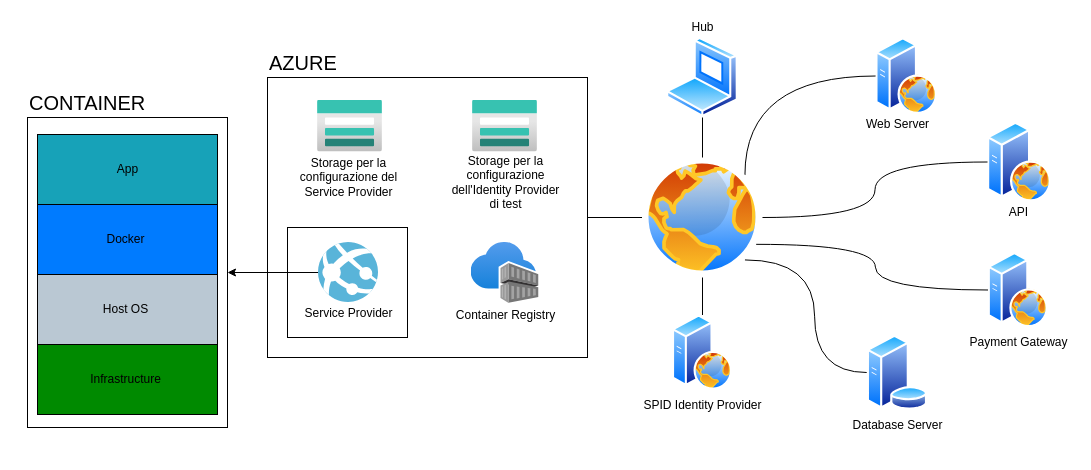
Above: network.drawio in alex-sandri/esame-di-stato-2021 (draw.io), before the change. Source tidied: cells renumbered, new cells numbered last; positions are measured from the earlier drawing's top-left corner, leaving out a move shared by most shapes. Both pictures are drawn from the tidied source at 100%, with x=0, y=0 at pixel (27, 17).
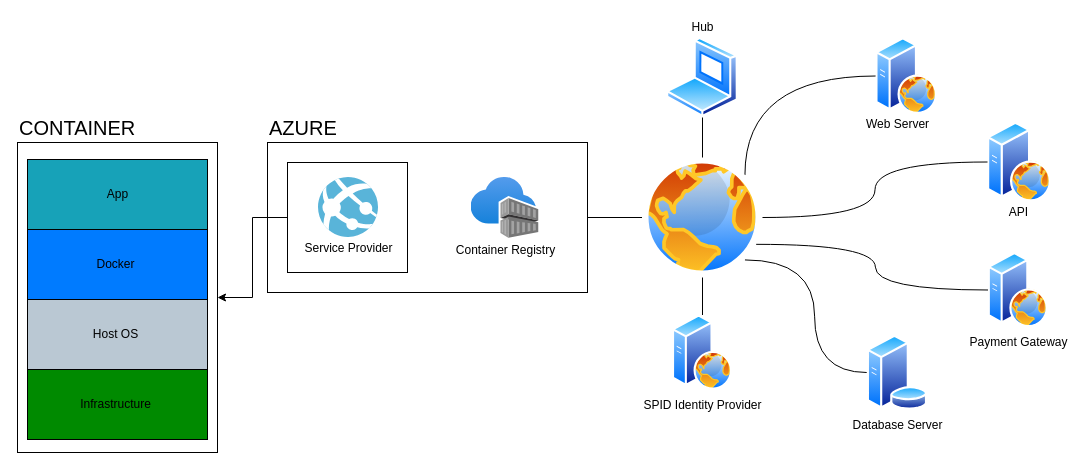
The same page after the edit.

Commit message (it also covers changes not shown here):
Remove old stuff from network diagram

Change to the diagram source:
```diff
@@
     <mxCell id="2" style="html=1;align=center;image;fontSize=12;image=img/lib/azure2/containers/Container_Registries.svg;" parent="1" vertex="1">
-      <mxGeometry x="443.5" y="225" width="68" height="61" as="geometry" />
+      <mxGeometry x="443.5" y="160" width="68" height="61" as="geometry" />
     </mxCell>
-    <mxCell id="3" style="html=1;align=center;image;fontSize=12;image=img/lib/azure2/storage/Storage_Accounts.svg;" parent="1" vertex="1">
-      <mxGeometry x="445" y="82.5" width="65" height="52" as="geometry" />
-    </mxCell>
-    <mxCell id="4" style="html=1;align=center;image;fontSize=12;image=img/lib/azure2/storage/Storage_Accounts.svg;" parent="1" vertex="1">
-      <mxGeometry x="290" y="82.5" width="65" height="52" as="geometry" />
-    </mxCell>
@@
     <mxCell id="6" style="rounded=0;whiteSpace=wrap;html=1;fillColor=none;" parent="1" vertex="1">
-      <mxGeometry x="240" y="60" width="320" height="280" as="geometry" />
+      <mxGeometry x="240" y="125" width="320" height="150" as="geometry" />
     </mxCell>
     <mxCell id="7" value="AZURE" style="text;html=1;align=left;verticalAlign=middle;strokeColor=none;fontSize=20;fontStyle=0;labelBackgroundColor=none;" parent="1" vertex="1">
-      <mxGeometry x="240" y="30" width="80" height="30" as="geometry" />
+      <mxGeometry x="240" y="95" width="80" height="30" as="geometry" />
     </mxCell>
@@
     <mxCell id="18" value="Container Registry" style="text;html=1;align=center;verticalAlign=middle;strokeColor=none;" parent="1" vertex="1">
-      <mxGeometry x="422.5" y="287.5" width="110" height="20" as="geometry" />
+      <mxGeometry x="422.5" y="222.5" width="110" height="20" as="geometry" />
     </mxCell>
-    <mxCell id="19" value="Storage per la&lt;br&gt;configurazione del&lt;br&gt;Service Provider" style="text;html=1;align=center;verticalAlign=middle;strokeColor=none;" parent="1" vertex="1">
-      <mxGeometry x="266" y="134.5" width="110" height="50" as="geometry" />
-    </mxCell>
-    <mxCell id="20" value="Storage per la&lt;br&gt;configurazione&lt;br&gt;dell'Identity Provider&lt;br&gt;di test" style="text;html=1;align=center;verticalAlign=middle;strokeColor=none;" parent="1" vertex="1">
-      <mxGeometry x="417.5" y="134.5" width="120" height="60" as="geometry" />
-    </mxCell>
@@
+    <mxCell id="44" style="edgeStyle=orthogonalEdgeStyle;rounded=0;jettySize=auto;html=1;exitX=0;exitY=0.5;exitDx=0;exitDy=0;entryX=1;entryY=0.5;entryDx=0;entryDy=0;" parent="1" edge="1" source="30" target="31">
+      <mxGeometry relative="1" as="geometry" />
+    </mxCell>
     <mxCell id="30" style="rounded=0;whiteSpace=wrap;html=1;fillColor=none;" parent="1" vertex="1">
-      <mxGeometry x="260" y="210" width="120" height="110" as="geometry" />
+      <mxGeometry x="260" y="145" width="120" height="110" as="geometry" />
     </mxCell>
     <mxCell id="31" style="rounded=0;whiteSpace=wrap;html=1;fillColor=none;" parent="1" vertex="1">
-      <mxGeometry y="100" width="200" height="310" as="geometry" />
+      <mxGeometry x="-10" y="125" width="200" height="310" as="geometry" />
     </mxCell>
     <mxCell id="32" value="CONTAINER" style="text;html=1;align=left;verticalAlign=middle;strokeColor=none;fontSize=20;fontStyle=0;labelBackgroundColor=none;" parent="1" vertex="1">
-      <mxGeometry y="70" width="130" height="30" as="geometry" />
+      <mxGeometry x="-10" y="95" width="130" height="30" as="geometry" />
     </mxCell>
     <mxCell id="33" style="rounded=0;whiteSpace=wrap;html=1;fillColor=#008a00;fontColor=#ffffff;" parent="1" vertex="1">
-      <mxGeometry x="10" y="327" width="180" height="70" as="geometry" />
+      <mxGeometry y="352" width="180" height="70" as="geometry" />
     </mxCell>
     <mxCell id="34" style="rounded=0;whiteSpace=wrap;html=1;fillColor=#BAC8D3;" parent="1" vertex="1">
-      <mxGeometry x="10" y="257" width="180" height="70" as="geometry" />
+      <mxGeometry y="282" width="180" height="70" as="geometry" />
     </mxCell>
     <mxCell id="35" style="rounded=0;whiteSpace=wrap;html=1;fillColor=#007bff;" parent="1" vertex="1">
-      <mxGeometry x="10" y="187" width="180" height="70" as="geometry" />
+      <mxGeometry y="212" width="180" height="70" as="geometry" />
     </mxCell>
     <mxCell id="36" style="rounded=0;whiteSpace=wrap;html=1;fillColor=#17a2b8;" parent="1" vertex="1">
-      <mxGeometry x="10" y="117" width="180" height="70" as="geometry" />
+      <mxGeometry y="142" width="180" height="70" as="geometry" />
     </mxCell>
     <mxCell id="37" value="App" style="text;html=1;align=center;verticalAlign=middle;strokeColor=none;" parent="1" vertex="1">
-      <mxGeometry x="80" y="142" width="40" height="20" as="geometry" />
+      <mxGeometry x="70" y="167" width="40" height="20" as="geometry" />
     </mxCell>
     <mxCell id="38" value="Docker" style="text;html=1;align=center;verticalAlign=middle;strokeColor=none;" parent="1" vertex="1">
-      <mxGeometry x="73" y="212" width="50" height="20" as="geometry" />
+      <mxGeometry x="63" y="237" width="50" height="20" as="geometry" />
     </mxCell>
     <mxCell id="39" value="Host OS" style="text;html=1;align=center;verticalAlign=middle;strokeColor=none;fontColor=#000000;" parent="1" vertex="1">
-      <mxGeometry x="68" y="282" width="60" height="20" as="geometry" />
+      <mxGeometry x="58" y="307" width="60" height="20" as="geometry" />
     </mxCell>
     <mxCell id="40" value="Infrastructure" style="text;html=1;align=center;verticalAlign=middle;strokeColor=none;" parent="1" vertex="1">
-      <mxGeometry x="53" y="352" width="90" height="20" as="geometry" />
+      <mxGeometry x="43" y="377" width="90" height="20" as="geometry" />
     </mxCell>
-    <mxCell id="41" style="edgeStyle=orthogonalEdgeStyle;rounded=0;jettySize=auto;html=1;entryX=1;entryY=0.5;entryDx=0;entryDy=0;" parent="1" edge="1" source="42" target="31">
-      <mxGeometry relative="1" as="geometry" />
-    </mxCell>
     <mxCell id="42" style="html=1;points=[];align=center;image;fontSize=12;image=img/lib/mscae/App_Services.svg;" parent="1" vertex="1">
-      <mxGeometry x="291" y="225" width="60" height="60" as="geometry" />
+      <mxGeometry x="291" y="160" width="60" height="60" as="geometry" />
     </mxCell>
     <mxCell id="43" value="Service Provider" style="text;html=1;align=center;verticalAlign=middle;strokeColor=none;" parent="1" vertex="1">
-      <mxGeometry x="271" y="286" width="100" height="20" as="geometry" />
+      <mxGeometry x="271" y="221" width="100" height="20" as="geometry" />
     </mxCell>
```
